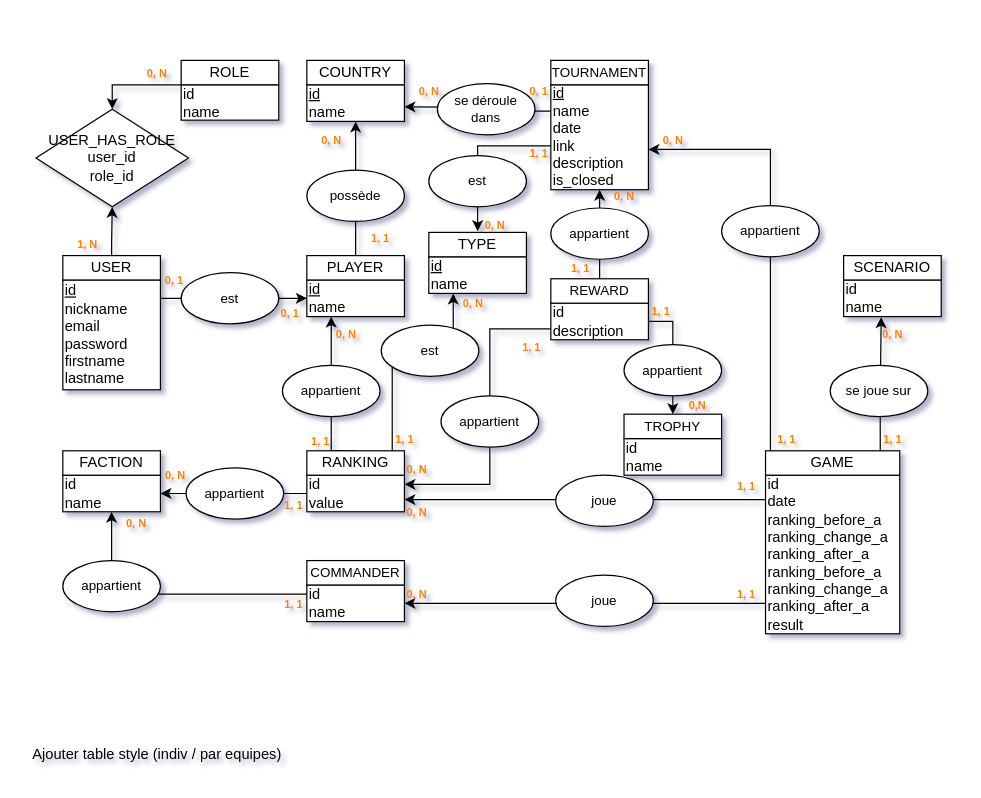
Above: analyse/MCD.drawio in Nicolas-Plichon/archives-citadelle (draw.io), before the change. Source tidied: cells renumbered, new cells numbered last; positions are measured from the earlier drawing's top-left corner, leaving out a move shared by most shapes. Both pictures are drawn from the tidied source at 122%, with x=0, y=0 at pixel (21, 54).
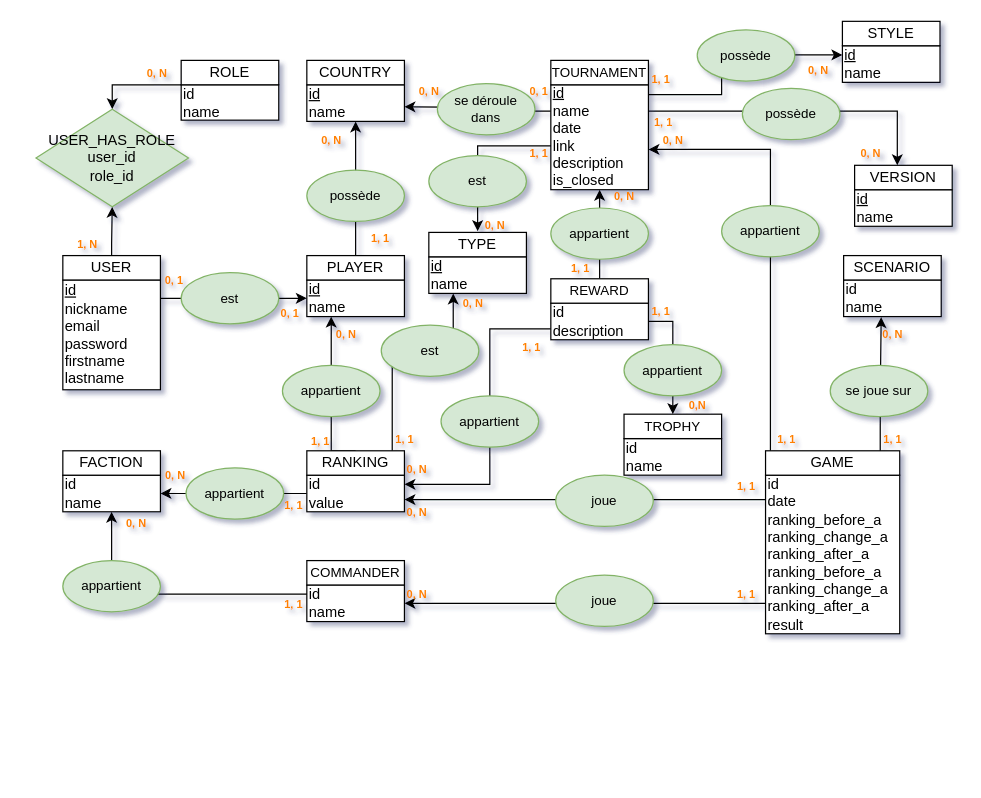
The same page after the edit.

Unchanged cells that the change refers to:
```xml
<mxCell id="30" value="&lt;div style=&quot;&quot;&gt;&lt;span style=&quot;background-color: initial;&quot;&gt;&lt;u&gt;id&lt;/u&gt;&lt;/span&gt;&lt;/div&gt;&lt;div style=&quot;&quot;&gt;&lt;span style=&quot;background-color: initial;&quot;&gt;name&lt;/span&gt;&lt;/div&gt;&lt;div style=&quot;&quot;&gt;&lt;span style=&quot;background-color: initial;&quot;&gt;date&lt;/span&gt;&lt;/div&gt;&lt;div style=&quot;&quot;&gt;&lt;span style=&quot;background-color: initial;&quot;&gt;link&lt;/span&gt;&lt;/div&gt;&lt;div style=&quot;&quot;&gt;&lt;span style=&quot;background-color: initial;&quot;&gt;description&lt;/span&gt;&lt;/div&gt;&lt;div style=&quot;&quot;&gt;&lt;span style=&quot;background-color: initial;&quot;&gt;is_closed&lt;/span&gt;&lt;/div&gt;" style="rounded=0;whiteSpace=wrap;html=1;align=left;" parent="1" vertex="1">
  <mxGeometry x="434" y="25" width="80" height="86" as="geometry" />
</mxCell>
```

What changed in the source:
```diff
@@
+    <mxCell id="95" style="edgeStyle=orthogonalEdgeStyle;rounded=0;jettySize=auto;html=1;entryX=0;entryY=0.25;entryDx=0;entryDy=0;" parent="1" edge="1" source="30" target="96">
+      <mxGeometry relative="1" as="geometry">
+        <Array as="points">
+          <mxPoint x="574" y="33" />
+        </Array>
+      </mxGeometry>
+    </mxCell>
@@
-    <mxCell id="32" value="possède" style="ellipse;whiteSpace=wrap;html=1;align=center;rounded=0;fontSize=11;" parent="1" vertex="1">
+    <mxCell id="32" value="possède" style="ellipse;whiteSpace=wrap;html=1;align=center;rounded=0;fontSize=11;fillColor=#d5e8d4;strokeColor=#82b366;" parent="1" vertex="1">
       <mxGeometry x="234" y="95" width="80" height="42" as="geometry" />
     </mxCell>
@@
-    <mxCell id="62" value="appartient" style="ellipse;whiteSpace=wrap;html=1;align=center;rounded=0;fontSize=11;" parent="1" vertex="1">
+    <mxCell id="62" value="appartient" style="ellipse;whiteSpace=wrap;html=1;align=center;rounded=0;fontSize=11;fillColor=#d5e8d4;strokeColor=#82b366;" parent="1" vertex="1">
       <mxGeometry x="344" y="280" width="80" height="42" as="geometry" />
     </mxCell>
@@
-    <mxCell id="67" value="appartient" style="ellipse;whiteSpace=wrap;html=1;align=center;rounded=0;fontSize=11;" parent="1" vertex="1">
+    <mxCell id="67" value="appartient" style="ellipse;whiteSpace=wrap;html=1;align=center;rounded=0;fontSize=11;fillColor=#d5e8d4;strokeColor=#82b366;" parent="1" vertex="1">
       <mxGeometry x="574" y="124" width="80" height="42" as="geometry" />
     </mxCell>
-    <mxCell id="68" value="appartient" style="ellipse;whiteSpace=wrap;html=1;align=center;rounded=0;fontSize=11;" parent="1" vertex="1">
+    <mxCell id="68" value="appartient" style="ellipse;whiteSpace=wrap;html=1;align=center;rounded=0;fontSize=11;fillColor=#d5e8d4;strokeColor=#82b366;" parent="1" vertex="1">
       <mxGeometry x="434" y="126" width="80" height="42" as="geometry" />
     </mxCell>
@@
-    <mxCell id="71" value="est" style="ellipse;whiteSpace=wrap;html=1;align=center;rounded=0;fontSize=11;" parent="1" vertex="1">
+    <mxCell id="71" value="est" style="ellipse;whiteSpace=wrap;html=1;align=center;rounded=0;fontSize=11;fillColor=#d5e8d4;strokeColor=#82b366;" parent="1" vertex="1">
       <mxGeometry x="334" y="83" width="80" height="42" as="geometry" />
     </mxCell>
-    <mxCell id="72" value="joue" style="ellipse;whiteSpace=wrap;html=1;align=center;rounded=0;fontSize=11;" parent="1" vertex="1">
+    <mxCell id="72" value="joue" style="ellipse;whiteSpace=wrap;html=1;align=center;rounded=0;fontSize=11;fillColor=#d5e8d4;strokeColor=#82b366;" parent="1" vertex="1">
       <mxGeometry x="438" y="345" width="80" height="42" as="geometry" />
     </mxCell>
-    <mxCell id="73" value="joue" style="ellipse;whiteSpace=wrap;html=1;align=center;rounded=0;fontSize=11;" parent="1" vertex="1">
+    <mxCell id="73" value="joue" style="ellipse;whiteSpace=wrap;html=1;align=center;rounded=0;fontSize=11;fillColor=#d5e8d4;strokeColor=#82b366;" parent="1" vertex="1">
       <mxGeometry x="438" y="427" width="80" height="42" as="geometry" />
     </mxCell>
-    <mxCell id="74" value="se joue sur" style="ellipse;whiteSpace=wrap;html=1;align=center;rounded=0;fontSize=11;" parent="1" vertex="1">
+    <mxCell id="74" value="se joue sur" style="ellipse;whiteSpace=wrap;html=1;align=center;rounded=0;fontSize=11;fillColor=#d5e8d4;strokeColor=#82b366;" parent="1" vertex="1">
       <mxGeometry x="663" y="255" width="80" height="42" as="geometry" />
     </mxCell>
-    <mxCell id="75" value="est" style="ellipse;whiteSpace=wrap;html=1;align=center;rounded=0;fontSize=11;" parent="1" vertex="1">
+    <mxCell id="75" value="est" style="ellipse;whiteSpace=wrap;html=1;align=center;rounded=0;fontSize=11;fillColor=#d5e8d4;strokeColor=#82b366;" parent="1" vertex="1">
       <mxGeometry x="131" y="179" width="80" height="42" as="geometry" />
     </mxCell>
-    <mxCell id="76" value="appartient" style="ellipse;whiteSpace=wrap;html=1;align=center;rounded=0;fontSize=11;" parent="1" vertex="1">
+    <mxCell id="76" value="appartient" style="ellipse;whiteSpace=wrap;html=1;align=center;rounded=0;fontSize=11;fillColor=#d5e8d4;strokeColor=#82b366;" parent="1" vertex="1">
       <mxGeometry x="135" y="339" width="80" height="42" as="geometry" />
     </mxCell>
@@
-    <mxCell id="78" value="se déroule dans" style="ellipse;whiteSpace=wrap;html=1;align=center;rounded=0;fontSize=11;" parent="1" vertex="1">
+    <mxCell id="78" value="se déroule dans" style="ellipse;whiteSpace=wrap;html=1;align=center;rounded=0;fontSize=11;fillColor=#d5e8d4;strokeColor=#82b366;" parent="1" vertex="1">
       <mxGeometry x="341" y="24" width="80" height="42" as="geometry" />
     </mxCell>
@@
-    <mxCell id="80" value="est" style="ellipse;whiteSpace=wrap;html=1;align=center;rounded=0;fontSize=11;" parent="1" vertex="1">
+    <mxCell id="80" value="est" style="ellipse;whiteSpace=wrap;html=1;align=center;rounded=0;fontSize=11;fillColor=#d5e8d4;strokeColor=#82b366;" parent="1" vertex="1">
       <mxGeometry x="295" y="222" width="80" height="42" as="geometry" />
     </mxCell>
@@
-    <mxCell id="83" value="appartient" style="ellipse;whiteSpace=wrap;html=1;align=center;rounded=0;fontSize=11;" parent="1" vertex="1">
+    <mxCell id="83" value="appartient" style="ellipse;whiteSpace=wrap;html=1;align=center;rounded=0;fontSize=11;fillColor=#d5e8d4;strokeColor=#82b366;" parent="1" vertex="1">
       <mxGeometry x="214" y="255" width="80" height="42" as="geometry" />
     </mxCell>
-    <mxCell id="84" value="appartient" style="ellipse;whiteSpace=wrap;html=1;align=center;rounded=0;fontSize=11;" parent="1" vertex="1">
+    <mxCell id="84" value="appartient" style="ellipse;whiteSpace=wrap;html=1;align=center;rounded=0;fontSize=11;fillColor=#d5e8d4;strokeColor=#82b366;" parent="1" vertex="1">
       <mxGeometry x="34" y="415" width="80" height="42" as="geometry" />
     </mxCell>
@@
-    <mxCell id="87" value="&lt;div style=&quot;&quot;&gt;&lt;span style=&quot;background-color: initial;&quot;&gt;USER_HAS_ROLE&lt;/span&gt;&lt;/div&gt;&lt;div style=&quot;&quot;&gt;&lt;span style=&quot;background-color: initial;&quot;&gt;user_id&lt;/span&gt;&lt;/div&gt;&lt;div style=&quot;&quot;&gt;&lt;span style=&quot;background-color: initial;&quot;&gt;role_id&lt;/span&gt;&lt;/div&gt;" style="rhombus;whiteSpace=wrap;html=1;align=center;" parent="1" vertex="1">
+    <mxCell id="87" value="&lt;div style=&quot;&quot;&gt;&lt;span style=&quot;background-color: initial;&quot;&gt;USER_HAS_ROLE&lt;/span&gt;&lt;/div&gt;&lt;div style=&quot;&quot;&gt;&lt;span style=&quot;background-color: initial;&quot;&gt;user_id&lt;/span&gt;&lt;/div&gt;&lt;div style=&quot;&quot;&gt;&lt;span style=&quot;background-color: initial;&quot;&gt;role_id&lt;/span&gt;&lt;/div&gt;" style="rhombus;whiteSpace=wrap;html=1;align=center;fillColor=#d5e8d4;strokeColor=#82b366;" parent="1" vertex="1">
       <mxGeometry x="12" y="45" width="125" height="80" as="geometry" />
     </mxCell>
@@
-    <mxCell id="93" value="appartient" style="ellipse;whiteSpace=wrap;html=1;align=center;rounded=0;fontSize=11;" parent="1" vertex="1">
+    <mxCell id="93" value="appartient" style="ellipse;whiteSpace=wrap;html=1;align=center;rounded=0;fontSize=11;fillColor=#d5e8d4;strokeColor=#82b366;" parent="1" vertex="1">
       <mxGeometry x="494" y="238" width="80" height="42" as="geometry" />
     </mxCell>
-    <mxCell id="94" value="Ajouter table style (indiv / par equipes)" style="text;html=1;align=center;verticalAlign=middle;strokeColor=none;fillColor=none;" parent="1" vertex="1">
-      <mxGeometry y="561" width="222" height="26" as="geometry" />
-    </mxCell>
+    <mxCell id="96" value="&lt;div style=&quot;&quot;&gt;&lt;span style=&quot;background-color: initial;&quot;&gt;&lt;u&gt;id&lt;/u&gt;&lt;/span&gt;&lt;/div&gt;&lt;div style=&quot;&quot;&gt;&lt;span style=&quot;background-color: initial;&quot;&gt;name&lt;/span&gt;&lt;/div&gt;" style="rounded=0;whiteSpace=wrap;html=1;align=left;" parent="1" vertex="1">
+      <mxGeometry x="673" y="-7" width="80" height="30" as="geometry" />
+    </mxCell>
+    <mxCell id="97" value="STYLE" style="rounded=0;whiteSpace=wrap;html=1;" parent="1" vertex="1">
+      <mxGeometry x="673" y="-27" width="80" height="20" as="geometry" />
+    </mxCell>
+    <mxCell id="98" value="&lt;font style=&quot;font-size: 9px;&quot; color=&quot;#ff8000&quot;&gt;&lt;b&gt;1, 1&lt;/b&gt;&lt;/font&gt;" style="text;html=1;align=center;verticalAlign=middle;strokeColor=none;fillColor=none;fontSize=11;" parent="1" vertex="1">
+      <mxGeometry x="504" y="5" width="40" height="30" as="geometry" />
+    </mxCell>
+    <mxCell id="99" value="&lt;font style=&quot;font-size: 9px;&quot; color=&quot;#ff8000&quot;&gt;&lt;b&gt;0, N&lt;/b&gt;&lt;/font&gt;" style="text;html=1;align=center;verticalAlign=middle;strokeColor=none;fillColor=none;fontSize=11;" parent="1" vertex="1">
+      <mxGeometry x="633" y="-2" width="40" height="30" as="geometry" />
+    </mxCell>
+    <mxCell id="100" value="possède" style="ellipse;whiteSpace=wrap;html=1;align=center;rounded=0;fontSize=11;fillColor=#d5e8d4;strokeColor=#82b366;" parent="1" vertex="1">
+      <mxGeometry x="554" y="-20" width="80" height="42" as="geometry" />
+    </mxCell>
+    <mxCell id="101" value="&lt;div style=&quot;&quot;&gt;&lt;span style=&quot;background-color: initial;&quot;&gt;&lt;u&gt;id&lt;/u&gt;&lt;/span&gt;&lt;/div&gt;&lt;div style=&quot;&quot;&gt;&lt;span style=&quot;background-color: initial;&quot;&gt;name&lt;/span&gt;&lt;/div&gt;" style="rounded=0;whiteSpace=wrap;html=1;align=left;" parent="1" vertex="1">
+      <mxGeometry x="683" y="111" width="80" height="30" as="geometry" />
+    </mxCell>
+    <mxCell id="102" style="edgeStyle=orthogonalEdgeStyle;rounded=0;jettySize=auto;html=1;exitX=1;exitY=0.25;exitDx=0;exitDy=0;" parent="1" edge="1" source="30" target="103">
+      <mxGeometry relative="1" as="geometry">
+        <Array as="points">
+          <mxPoint x="718" y="47" />
+        </Array>
+      </mxGeometry>
+    </mxCell>
+    <mxCell id="103" value="VERSION" style="rounded=0;whiteSpace=wrap;html=1;" parent="1" vertex="1">
+      <mxGeometry x="683" y="91" width="80" height="20" as="geometry" />
+    </mxCell>
+    <mxCell id="104" value="&lt;font style=&quot;font-size: 9px;&quot; color=&quot;#ff8000&quot;&gt;&lt;b&gt;0, N&lt;/b&gt;&lt;/font&gt;" style="text;html=1;align=center;verticalAlign=middle;strokeColor=none;fillColor=none;fontSize=11;" parent="1" vertex="1">
+      <mxGeometry x="676" y="66" width="40" height="30" as="geometry" />
+    </mxCell>
+    <mxCell id="105" value="possède" style="ellipse;whiteSpace=wrap;html=1;align=center;rounded=0;fontSize=11;fillColor=#d5e8d4;strokeColor=#82b366;" parent="1" vertex="1">
+      <mxGeometry x="591" y="28" width="80" height="42" as="geometry" />
+    </mxCell>
+    <mxCell id="106" value="&lt;font style=&quot;font-size: 9px;&quot; color=&quot;#ff8000&quot;&gt;&lt;b&gt;1, 1&lt;/b&gt;&lt;/font&gt;" style="text;html=1;align=center;verticalAlign=middle;strokeColor=none;fillColor=none;fontSize=11;" parent="1" vertex="1">
+      <mxGeometry x="506" y="40" width="40" height="30" as="geometry" />
+    </mxCell>
```
